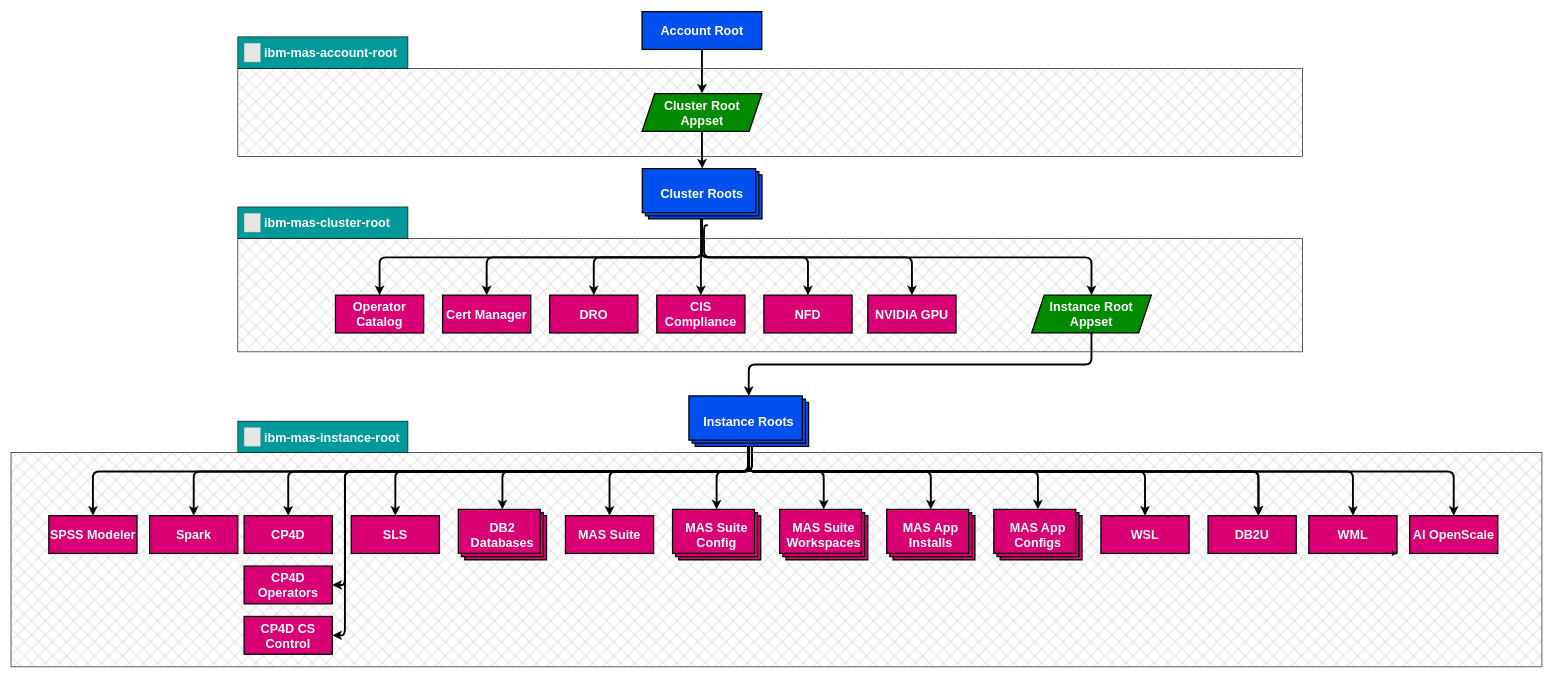
ibm-mas/gitops keeps this draw.io diagram as docs/drawio/appstructure.drawio. Above is the earlier version. Source tidied: cells renumbered, new cells numbered last; positions are measured from the earlier drawing's top-left corner, leaving out a move shared by most shapes. Both pictures are drawn from the tidied source at 63%, with x=0, y=0 at pixel (11, 11). Pictures stored in the file or linked from it are replaced by grey dashed boxes.
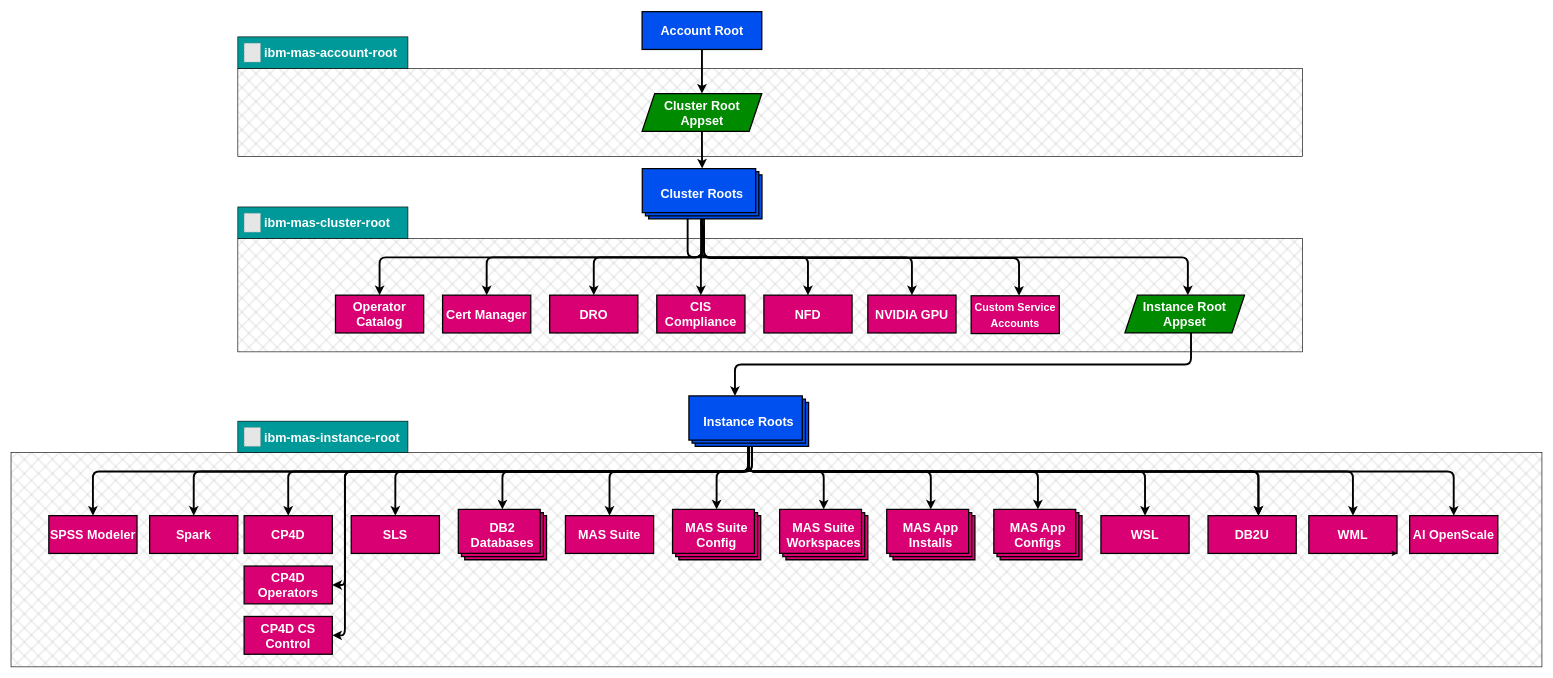
The same page after the edit.

The change refers to these unchanged cells:
```xml
<mxCell id="26" value="&lt;span style=&quot;color: rgb(255, 255, 255); font-family: Helvetica; font-size: 20px; font-style: normal; font-variant-ligatures: normal; font-variant-caps: normal; letter-spacing: normal; orphans: 2; text-indent: 0px; text-transform: none; widows: 2; word-spacing: 0px; -webkit-text-stroke-width: 0px; text-decoration-thickness: initial; text-decoration-style: initial; text-decoration-color: initial; float: none; display: inline !important;&quot;&gt;Cluster Roots&lt;/span&gt;" style="verticalLabelPosition=middle;verticalAlign=middle;html=1;shape=mxgraph.basic.layered_rect;dx=10;outlineConnect=0;fillColor=#0050ef;fontColor=#ffffff;strokeColor=#000000;labelPosition=center;align=center;labelBackgroundColor=none;whiteSpace=wrap;horizontal=1;fontStyle=1;fontSize=20;strokeWidth=2;spacing=0;" parent="1" vertex="1">
  <mxGeometry x="1002" y="249" width="190" height="80" as="geometry" />
</mxCell>
<mxCell id="37" value="Instance Roots" style="verticalLabelPosition=middle;verticalAlign=middle;html=1;shape=mxgraph.basic.layered_rect;dx=10;outlineConnect=0;fillColor=#0050ef;fontColor=#ffffff;strokeColor=#000000;labelPosition=center;align=center;labelBackgroundColor=none;whiteSpace=wrap;horizontal=1;fontStyle=1;fontSize=20;strokeWidth=2;spacing=0;" parent="1" vertex="1">
  <mxGeometry x="1076" y="610" width="190" height="80" as="geometry" />
</mxCell>
<mxCell id="63" value="NVIDIA GPU" style="rounded=0;whiteSpace=wrap;html=1;fillColor=#d80073;strokeColor=#000000;fontColor=#ffffff;fontStyle=1;fontSize=20;strokeWidth=2;align=center;spacing=0;" parent="1" vertex="1">
  <mxGeometry x="1360" y="450" width="140" height="60" as="geometry" />
</mxCell>
```

Diff of the diagram source:
```diff
@@
-    <mxCell id="9" style="edgeStyle=orthogonalEdgeStyle;html=1;strokeWidth=3;orthogonal=1;strokeColor=#000000;" parent="1" edge="1" source="10" target="37">
+    <mxCell id="9" style="edgeStyle=orthogonalEdgeStyle;html=1;strokeWidth=3;orthogonal=1;strokeColor=#000000;" parent="1" edge="1" source="10">
       <mxGeometry relative="1" as="geometry">
+        <mxPoint x="1149.1" y="610" as="targetPoint" />
         <Array as="points">
-          <mxPoint x="1715" y="560" />
-          <mxPoint x="1171" y="560" />
+          <mxPoint x="1873" y="560" />
+          <mxPoint x="1149" y="560" />
         </Array>
       </mxGeometry>
     </mxCell>
     <mxCell id="10" value="Instance Root Appset" style="shape=parallelogram;perimeter=parallelogramPerimeter;whiteSpace=wrap;html=1;fixedSize=1;fillColor=#008a00;fontColor=#ffffff;strokeColor=#000000;fontStyle=1;fontSize=20;strokeWidth=2;align=center;spacing=0;" parent="1" vertex="1">
-      <mxGeometry x="1620" y="450" width="190" height="60" as="geometry" />
+      <mxGeometry x="1768" y="450" width="190" height="60" as="geometry" />
     </mxCell>
@@
-    <mxCell id="25" style="edgeStyle=orthogonalEdgeStyle;html=1;strokeWidth=3;orthogonal=1;strokeColor=#000000;" parent="1" edge="1" source="26" target="10">
+    <mxCell id="25" style="edgeStyle=orthogonalEdgeStyle;html=1;strokeWidth=3;orthogonal=1;strokeColor=#000000;" parent="1" edge="1" target="10">
       <mxGeometry relative="1" as="geometry">
+        <mxPoint x="1074" y="329" as="sourcePoint" />
         <Array as="points">
-          <mxPoint x="1096" y="390" />
-          <mxPoint x="1715" y="390" />
+          <mxPoint x="1074" y="390" />
+          <mxPoint x="1868" y="390" />
         </Array>
       </mxGeometry>
     </mxCell>
@@
-    <mxCell id="64" style="edgeStyle=orthogonalEdgeStyle;html=1;strokeWidth=3;orthogonal=1;strokeColor=#000000;entryX=0.5;entryY=0;entryDx=0;entryDy=0;" parent="1" edge="1" target="63">
+    <mxCell id="64" style="edgeStyle=orthogonalEdgeStyle;html=1;strokeWidth=3;orthogonal=1;strokeColor=#000000;entryX=0.5;entryY=0;entryDx=0;entryDy=0;" parent="1" edge="1" source="26" target="63">
       <mxGeometry relative="1" as="geometry">
-        <mxPoint x="1106" y="339" as="sourcePoint" />
         <Array as="points">
-          <mxPoint x="1100" y="339" />
           <mxPoint x="1100" y="390" />
           <mxPoint x="1430" y="390" />
         </Array>
       </mxGeometry>
     </mxCell>
@@
+    <mxCell id="67" value="&lt;font style=&quot;font-size: 17px;&quot;&gt;Custom Service Accounts&lt;/font&gt;" style="rounded=0;whiteSpace=wrap;html=1;fillColor=#d80073;strokeColor=#000000;fontColor=#ffffff;fontStyle=1;fontSize=20;strokeWidth=2;align=center;spacing=0;" parent="1" vertex="1">
+      <mxGeometry x="1524" y="451" width="140" height="60" as="geometry" />
+    </mxCell>
+    <mxCell id="68" style="edgeStyle=orthogonalEdgeStyle;html=1;strokeWidth=3;orthogonal=1;strokeColor=#000000;exitX=0.493;exitY=1.048;exitDx=0;exitDy=0;exitPerimeter=0;" parent="1" edge="1" source="26" target="67">
+      <mxGeometry relative="1" as="geometry">
+        <Array as="points">
+          <mxPoint x="1096" y="340" />
+          <mxPoint x="1100" y="340" />
+          <mxPoint x="1100" y="391" />
+          <mxPoint x="1600" y="391" />
+        </Array>
+      </mxGeometry>
+    </mxCell>
```
